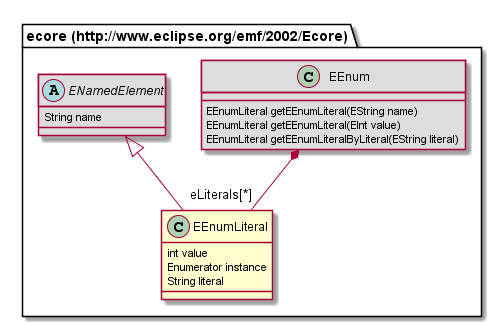
Above: org.nasdanika.html.repository/src/site/resources/app-model-doc/687474703a2f2f7777772e65636c697073652e6f72672f656d662f323030322f45636f7265/EEnumLiteral.png in Nasdanika/html (PlantUML), before the change.
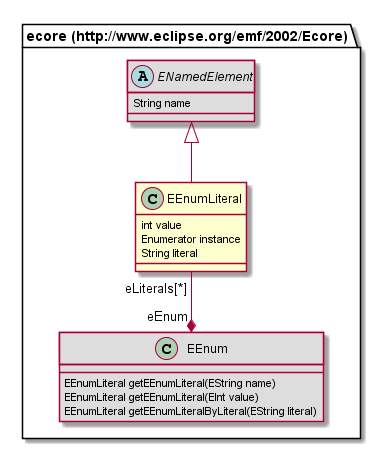
After the commit.

The edit, as a diff of the source:
```diff
@@ -4,14 +4,14 @@
 	Enumerator instance
 	String literal
 }
+abstract class "ecore (http://www.eclipse.org/emf/2002/Ecore).ENamedElement" [[#router/doc-content/687474703a2f2f7777772e65636c697073652e6f72672f656d662f323030322f45636f7265/ENamedElement.html]] #DDDDDD {
+	String name
+}
 class "ecore (http://www.eclipse.org/emf/2002/Ecore).EEnum" [[#router/doc-content/687474703a2f2f7777772e65636c697073652e6f72672f656d662f323030322f45636f7265/EEnum.html]] #DDDDDD {
 	EEnumLiteral getEEnumLiteral(EString name)
 	EEnumLiteral getEEnumLiteral(EInt value)
 	EEnumLiteral getEEnumLiteralByLiteral(EString literal)
 }
-abstract class "ecore (http://www.eclipse.org/emf/2002/Ecore).ENamedElement" [[#router/doc-content/687474703a2f2f7777772e65636c697073652e6f72672f656d662f323030322f45636f7265/ENamedElement.html]] #DDDDDD {
-	String name
-}
 "ecore (http://www.eclipse.org/emf/2002/Ecore).ENamedElement" <|-- "ecore (http://www.eclipse.org/emf/2002/Ecore).EEnumLiteral"
-"ecore (http://www.eclipse.org/emf/2002/Ecore).EEnum" *-- "eLiterals[*]" "ecore (http://www.eclipse.org/emf/2002/Ecore).EEnumLiteral"
+"ecore (http://www.eclipse.org/emf/2002/Ecore).EEnumLiteral" "eLiterals[*]" --* "eEnum" "ecore (http://www.eclipse.org/emf/2002/Ecore).EEnum"
 @enduml
```
